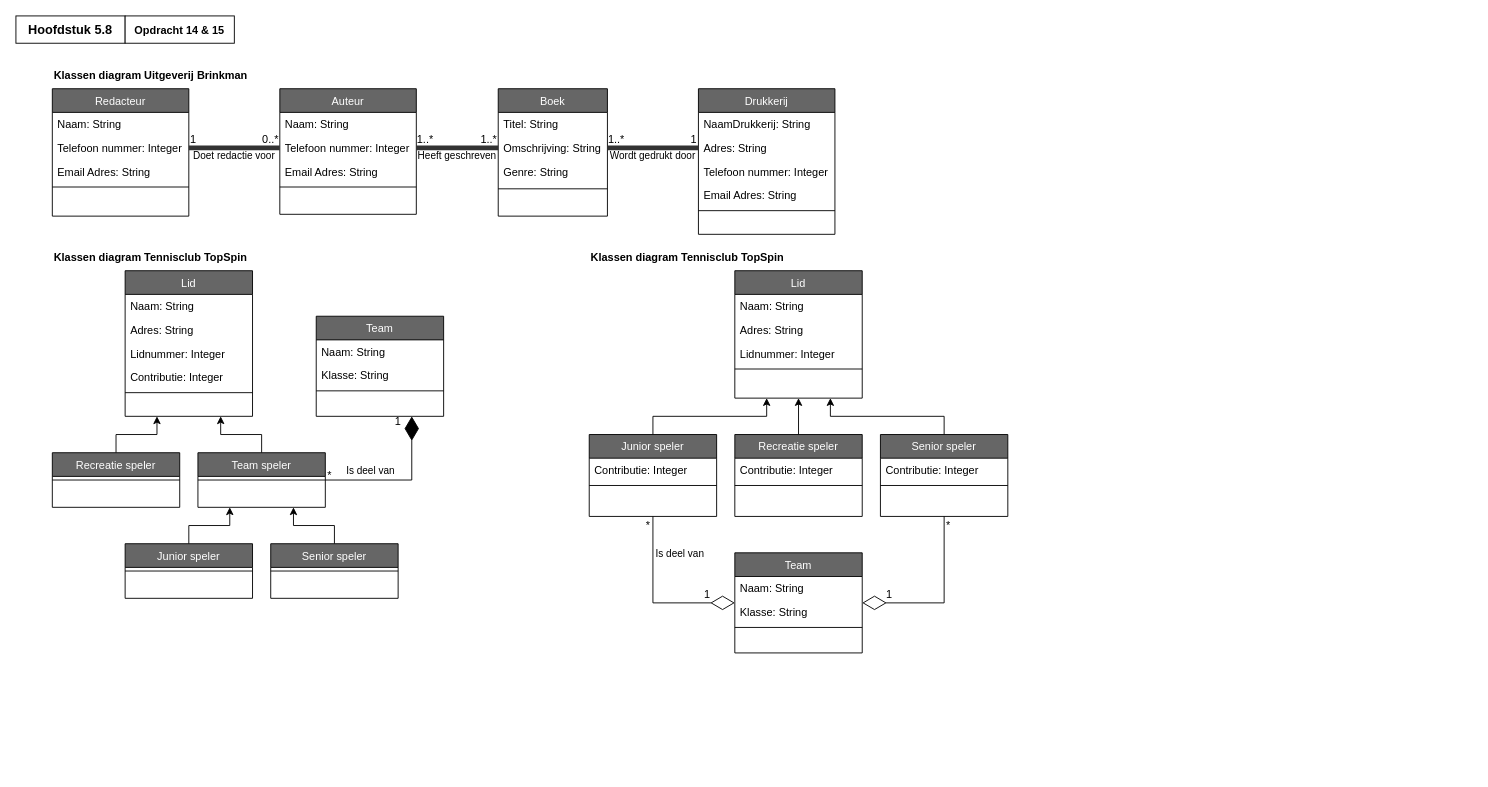
The draw.io diagram page "Opdracht14&15" (1 of 2) of ClassDiagrams.drawio in EMB20/Procesanalyse, before the edit. Source tidied: cells renumbered, new cells numbered last; positions are measured from the earlier drawing's top-left corner, leaving out a move shared by most shapes. Both pictures are drawn from the tidied source at 91%, with x=0, y=0 at pixel (15, 15).
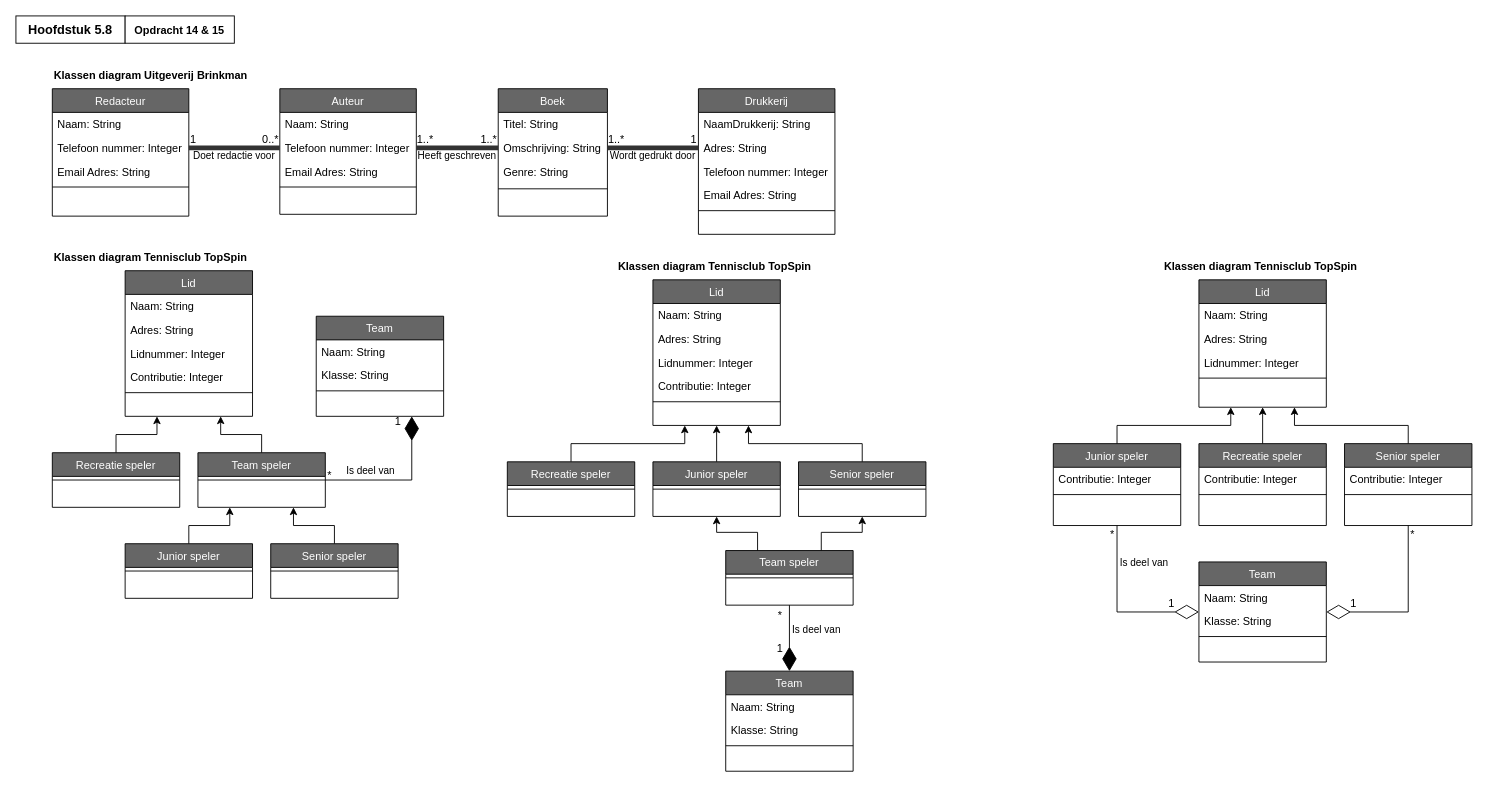
Above is the later version.

Diff of the diagram source:
```diff
@@
     <mxCell id="61" value="Lid" style="swimlane;fontStyle=0;align=center;verticalAlign=top;horizontal=1;startSize=26;rounded=0;shadow=0;strokeWidth=1;fillColor=#666666;fontColor=#FFFFFF;" parent="1" vertex="1">
-      <mxGeometry x="790" y="280" width="140" height="140" as="geometry" />
+      <mxGeometry x="1300" y="290" width="140" height="140" as="geometry" />
     </mxCell>
@@
     <mxCell id="67" value="Junior speler" style="swimlane;fontStyle=0;align=center;verticalAlign=top;horizontal=1;startSize=26;rounded=0;shadow=0;strokeWidth=1;fillColor=#666666;fontColor=#FFFFFF;" parent="1" vertex="1">
-      <mxGeometry x="630" y="460" width="140" height="90" as="geometry" />
+      <mxGeometry x="1140" y="470" width="140" height="90" as="geometry" />
     </mxCell>
@@
     <mxCell id="70" value="Team" style="swimlane;fontStyle=0;align=center;verticalAlign=top;horizontal=1;startSize=26;rounded=0;shadow=0;strokeWidth=1;fillColor=#666666;fontColor=#FFFFFF;" parent="1" vertex="1">
-      <mxGeometry x="790" y="590" width="140" height="110" as="geometry" />
+      <mxGeometry x="1300" y="600" width="140" height="110" as="geometry" />
     </mxCell>
@@
     <mxCell id="74" value="&lt;font style=&quot;font-size: 12px;&quot;&gt;Klassen diagram Tennisclub TopSpin&lt;/font&gt;" style="text;html=1;align=left;verticalAlign=middle;whiteSpace=wrap;rounded=0;fontStyle=1;fontSize=14;" parent="1" vertex="1">
-      <mxGeometry x="630" y="250" width="220" height="30" as="geometry" />
+      <mxGeometry x="1260" y="260" width="220" height="30" as="geometry" />
     </mxCell>
@@
     <mxCell id="76" value="Senior speler" style="swimlane;fontStyle=0;align=center;verticalAlign=top;horizontal=1;startSize=26;rounded=0;shadow=0;strokeWidth=1;fillColor=#666666;fontColor=#FFFFFF;" parent="1" vertex="1">
-      <mxGeometry x="950" y="460" width="140" height="90" as="geometry" />
+      <mxGeometry x="1460" y="470" width="140" height="90" as="geometry" />
     </mxCell>
@@
     <mxCell id="80" value="Recreatie speler" style="swimlane;fontStyle=0;align=center;verticalAlign=top;horizontal=1;startSize=26;rounded=0;shadow=0;strokeWidth=1;fillColor=#666666;fontColor=#FFFFFF;" parent="1" vertex="1">
-      <mxGeometry x="790" y="460" width="140" height="90" as="geometry" />
+      <mxGeometry x="1300" y="470" width="140" height="90" as="geometry" />
     </mxCell>
@@
     <mxCell id="83" value="1" style="text;html=1;align=center;verticalAlign=middle;whiteSpace=wrap;rounded=0;" parent="1" vertex="1">
-      <mxGeometry x="750" y="630" width="20" height="12.5" as="geometry" />
+      <mxGeometry x="1260" y="640" width="20" height="12.5" as="geometry" />
     </mxCell>
     <mxCell id="84" value="Is deel van" style="text;html=1;align=center;verticalAlign=middle;whiteSpace=wrap;rounded=0;fontSize=11;" parent="1" vertex="1">
-      <mxGeometry x="700" y="585" width="60" height="12.5" as="geometry" />
+      <mxGeometry x="1210" y="595" width="60" height="12.5" as="geometry" />
     </mxCell>
     <mxCell id="85" style="endArrow=diamondThin;endFill=0;endSize=24;html=1;rounded=0;exitX=0.5;exitY=1;exitDx=0;exitDy=0;entryX=1;entryY=0.5;entryDx=0;entryDy=0;" parent="1" edge="1" source="76" target="70">
       <mxGeometry relative="1" as="geometry">
         <Array as="points">
-          <mxPoint x="1020" y="645" />
+          <mxPoint x="1530" y="655" />
         </Array>
       </mxGeometry>
     </mxCell>
     <mxCell id="86" style="endArrow=diamondThin;endFill=0;endSize=24;html=1;rounded=0;exitX=0.5;exitY=1;exitDx=0;exitDy=0;entryX=0;entryY=0.5;entryDx=0;entryDy=0;" parent="1" edge="1" source="67" target="70">
       <mxGeometry relative="1" as="geometry">
         <Array as="points">
-          <mxPoint x="700" y="645" />
+          <mxPoint x="1210" y="655" />
         </Array>
       </mxGeometry>
     </mxCell>
     <mxCell id="87" value="1" style="text;html=1;align=center;verticalAlign=middle;whiteSpace=wrap;rounded=0;" parent="1" vertex="1">
-      <mxGeometry x="950" y="630" width="20" height="12.5" as="geometry" />
+      <mxGeometry x="1460" y="640" width="20" height="12.5" as="geometry" />
     </mxCell>
     <mxCell id="88" value="*" style="text;html=1;align=center;verticalAlign=middle;whiteSpace=wrap;rounded=0;" parent="1" vertex="1">
-      <mxGeometry x="1020" y="550" width="10" height="20" as="geometry" />
+      <mxGeometry x="1530" y="560" width="10" height="20" as="geometry" />
     </mxCell>
     <mxCell id="89" value="*" style="text;html=1;align=center;verticalAlign=middle;whiteSpace=wrap;rounded=0;" parent="1" vertex="1">
-      <mxGeometry x="690" y="550" width="10" height="20" as="geometry" />
+      <mxGeometry x="1200" y="560" width="10" height="20" as="geometry" />
     </mxCell>
@@
+    <mxCell id="94" value="Lid" style="swimlane;fontStyle=0;align=center;verticalAlign=top;horizontal=1;startSize=26;rounded=0;shadow=0;strokeWidth=1;fillColor=#666666;fontColor=#FFFFFF;" parent="1" vertex="1">
+      <mxGeometry x="700" y="290" width="140" height="160" as="geometry" />
+    </mxCell>
+    <mxCell id="95" value="Naam: String" style="text;align=left;verticalAlign=top;spacingLeft=4;spacingRight=4;overflow=hidden;" parent="94" vertex="1">
+      <mxGeometry y="26" width="140" height="26" as="geometry" />
+    </mxCell>
+    <mxCell id="96" value="Adres: String" style="text;align=left;verticalAlign=top;spacingLeft=4;spacingRight=4;overflow=hidden;rounded=0;shadow=0;html=0;" parent="94" vertex="1">
+      <mxGeometry y="52" width="140" height="26" as="geometry" />
+    </mxCell>
+    <mxCell id="97" value="Lidnummer: Integer" style="text;align=left;verticalAlign=top;spacingLeft=4;spacingRight=4;overflow=hidden;rounded=0;shadow=0;html=0;" parent="94" vertex="1">
+      <mxGeometry y="78" width="140" height="26" as="geometry" />
+    </mxCell>
+    <mxCell id="98" value="Contributie: Integer" style="text;align=left;verticalAlign=top;spacingLeft=4;spacingRight=4;overflow=hidden;rounded=0;shadow=0;html=0;" parent="94" vertex="1">
+      <mxGeometry y="104" width="140" height="26" as="geometry" />
+    </mxCell>
+    <mxCell id="99" style="line;html=1;strokeWidth=1;align=left;verticalAlign=middle;spacingTop=-1;spacingLeft=3;spacingRight=3;labelPosition=right;" parent="94" vertex="1">
+      <mxGeometry y="130" width="140" height="8" as="geometry" />
+    </mxCell>
+    <mxCell id="100" style="edgeStyle=orthogonalEdgeStyle;rounded=0;jettySize=auto;html=1;exitX=0.5;exitY=0;exitDx=0;exitDy=0;entryX=0.5;entryY=1;entryDx=0;entryDy=0;" parent="1" edge="1" source="101" target="94">
+      <mxGeometry relative="1" as="geometry" />
+    </mxCell>
+    <mxCell id="101" value="Junior speler" style="swimlane;fontStyle=0;align=center;verticalAlign=top;horizontal=1;startSize=26;rounded=0;shadow=0;strokeWidth=1;fillColor=#666666;fontColor=#FFFFFF;" parent="1" vertex="1">
+      <mxGeometry x="700" y="490" width="140" height="60" as="geometry" />
+    </mxCell>
+    <mxCell id="102" style="line;html=1;strokeWidth=1;align=left;verticalAlign=middle;spacingTop=-1;spacingLeft=3;spacingRight=3;labelPosition=right;" parent="101" vertex="1">
+      <mxGeometry y="26" width="140" height="8" as="geometry" />
+    </mxCell>
+    <mxCell id="103" value="Team" style="swimlane;fontStyle=0;align=center;verticalAlign=top;horizontal=1;startSize=26;rounded=0;shadow=0;strokeWidth=1;fillColor=#666666;fontColor=#FFFFFF;" parent="1" vertex="1">
+      <mxGeometry x="780" y="720" width="140" height="110" as="geometry" />
+    </mxCell>
+    <mxCell id="104" value="Naam: String" style="text;align=left;verticalAlign=top;spacingLeft=4;spacingRight=4;overflow=hidden;rounded=0;shadow=0;html=0;" parent="103" vertex="1">
+      <mxGeometry y="26" width="140" height="26" as="geometry" />
+    </mxCell>
+    <mxCell id="105" value="Klasse: String" style="text;align=left;verticalAlign=top;spacingLeft=4;spacingRight=4;overflow=hidden;" parent="103" vertex="1">
+      <mxGeometry y="52" width="140" height="26" as="geometry" />
+    </mxCell>
+    <mxCell id="106" style="line;html=1;strokeWidth=1;align=left;verticalAlign=middle;spacingTop=-1;spacingLeft=3;spacingRight=3;labelPosition=right;" parent="103" vertex="1">
+      <mxGeometry y="78" width="140" height="8" as="geometry" />
+    </mxCell>
+    <mxCell id="107" value="&lt;font style=&quot;font-size: 12px;&quot;&gt;Klassen diagram Tennisclub TopSpin&lt;/font&gt;" style="text;html=1;align=left;verticalAlign=middle;whiteSpace=wrap;rounded=0;fontStyle=1;fontSize=14;" parent="1" vertex="1">
+      <mxGeometry x="660" y="260" width="220" height="30" as="geometry" />
+    </mxCell>
+    <mxCell id="108" style="edgeStyle=orthogonalEdgeStyle;rounded=0;jettySize=auto;html=1;exitX=0.5;exitY=0;exitDx=0;exitDy=0;entryX=0.75;entryY=1;entryDx=0;entryDy=0;" parent="1" edge="1" source="109" target="94">
+      <mxGeometry relative="1" as="geometry" />
+    </mxCell>
+    <mxCell id="109" value="Senior speler" style="swimlane;fontStyle=0;align=center;verticalAlign=top;horizontal=1;startSize=26;rounded=0;shadow=0;strokeWidth=1;fillColor=#666666;fontColor=#FFFFFF;" parent="1" vertex="1">
+      <mxGeometry x="860" y="490" width="140" height="60" as="geometry" />
+    </mxCell>
+    <mxCell id="110" style="line;html=1;strokeWidth=1;align=left;verticalAlign=middle;spacingTop=-1;spacingLeft=3;spacingRight=3;labelPosition=right;" parent="109" vertex="1">
+      <mxGeometry y="26" width="140" height="8" as="geometry" />
+    </mxCell>
+    <mxCell id="111" style="edgeStyle=orthogonalEdgeStyle;rounded=0;jettySize=auto;html=1;exitX=0.5;exitY=0;exitDx=0;exitDy=0;entryX=0.25;entryY=1;entryDx=0;entryDy=0;" parent="1" edge="1" source="112" target="94">
+      <mxGeometry relative="1" as="geometry" />
+    </mxCell>
+    <mxCell id="112" value="Recreatie speler" style="swimlane;fontStyle=0;align=center;verticalAlign=top;horizontal=1;startSize=26;rounded=0;shadow=0;strokeWidth=1;fillColor=#666666;fontColor=#FFFFFF;" parent="1" vertex="1">
+      <mxGeometry x="540" y="490" width="140" height="60" as="geometry" />
+    </mxCell>
+    <mxCell id="113" style="line;html=1;strokeWidth=1;align=left;verticalAlign=middle;spacingTop=-1;spacingLeft=3;spacingRight=3;labelPosition=right;" parent="112" vertex="1">
+      <mxGeometry y="26" width="140" height="8" as="geometry" />
+    </mxCell>
+    <mxCell id="114" value="1" style="text;html=1;align=center;verticalAlign=middle;whiteSpace=wrap;rounded=0;" parent="1" vertex="1">
+      <mxGeometry x="830" y="690" width="20" height="12.5" as="geometry" />
+    </mxCell>
+    <mxCell id="115" value="Is deel van" style="text;html=1;align=center;verticalAlign=middle;whiteSpace=wrap;rounded=0;fontSize=11;" parent="1" vertex="1">
+      <mxGeometry x="850" y="660" width="60" height="30" as="geometry" />
+    </mxCell>
+    <mxCell id="116" value="*" style="text;html=1;align=center;verticalAlign=middle;whiteSpace=wrap;rounded=0;" parent="1" vertex="1">
+      <mxGeometry x="830" y="647.5" width="20" height="22.5" as="geometry" />
+    </mxCell>
+    <mxCell id="117" style="edgeStyle=orthogonalEdgeStyle;rounded=0;jettySize=auto;html=1;exitX=0.25;exitY=0;exitDx=0;exitDy=0;entryX=0.5;entryY=1;entryDx=0;entryDy=0;" parent="1" edge="1" source="119" target="101">
+      <mxGeometry relative="1" as="geometry" />
+    </mxCell>
+    <mxCell id="118" style="edgeStyle=orthogonalEdgeStyle;rounded=0;jettySize=auto;html=1;exitX=0.75;exitY=0;exitDx=0;exitDy=0;entryX=0.5;entryY=1;entryDx=0;entryDy=0;" parent="1" edge="1" source="119" target="109">
+      <mxGeometry relative="1" as="geometry" />
+    </mxCell>
+    <mxCell id="119" value="Team speler" style="swimlane;fontStyle=0;align=center;verticalAlign=top;horizontal=1;startSize=26;rounded=0;shadow=0;strokeWidth=1;fillColor=#666666;fontColor=#FFFFFF;" parent="1" vertex="1">
+      <mxGeometry x="780" y="587.5" width="140" height="60" as="geometry" />
+    </mxCell>
+    <mxCell id="120" style="line;html=1;strokeWidth=1;align=left;verticalAlign=middle;spacingTop=-1;spacingLeft=3;spacingRight=3;labelPosition=right;" parent="119" vertex="1">
+      <mxGeometry y="26" width="140" height="8" as="geometry" />
+    </mxCell>
+    <mxCell id="121" style="endArrow=diamondThin;endFill=1;endSize=24;html=1;rounded=0;entryX=0.5;entryY=0;entryDx=0;entryDy=0;exitX=0.5;exitY=1;exitDx=0;exitDy=0;" parent="1" edge="1" source="119" target="103">
+      <mxGeometry relative="1" as="geometry" />
+    </mxCell>
```
